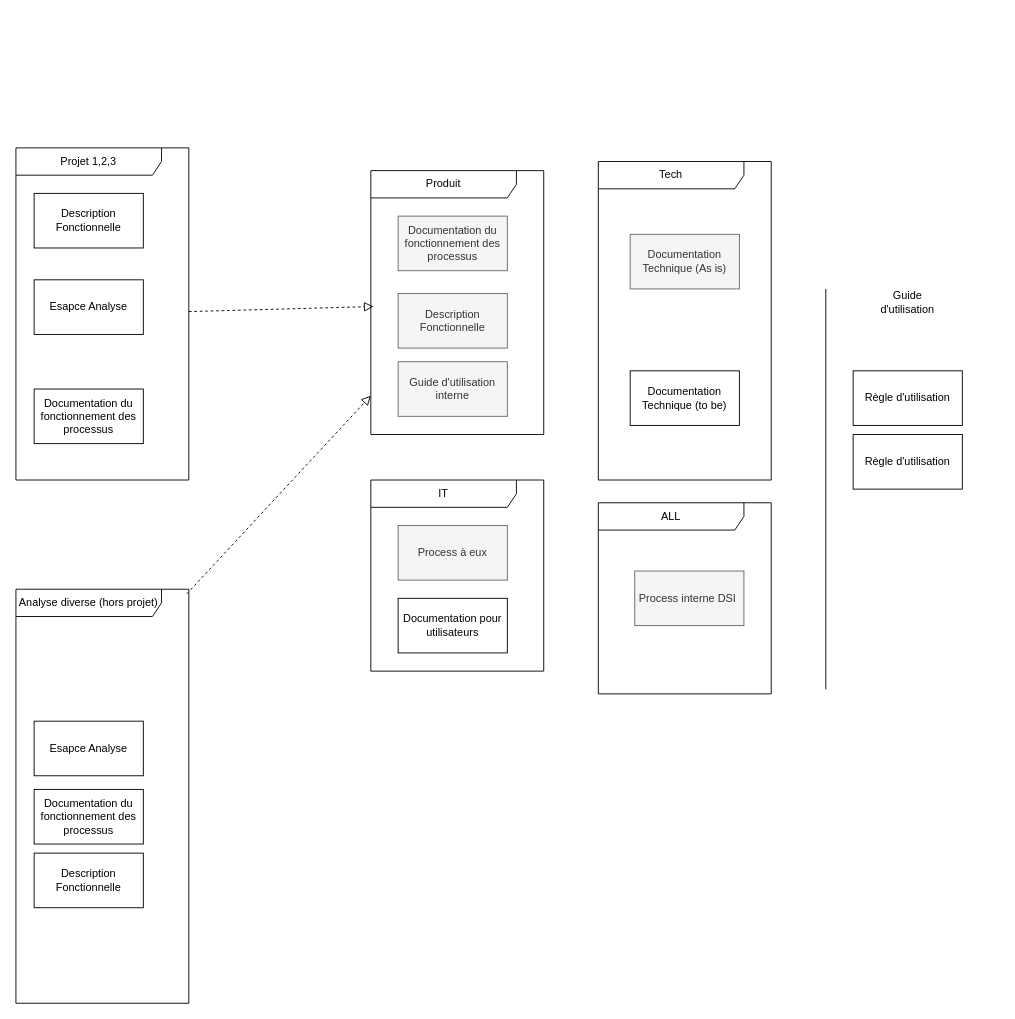
The draw.io diagram Espace documentation.drawio in Idir-smart/SandBox, before the edit. Source tidied: cells renumbered, new cells numbered last; positions are measured from the earlier drawing's top-left corner, leaving out a move shared by most shapes. Both pictures are drawn from the tidied source at 91%, with x=0, y=0 at pixel (15, 147).
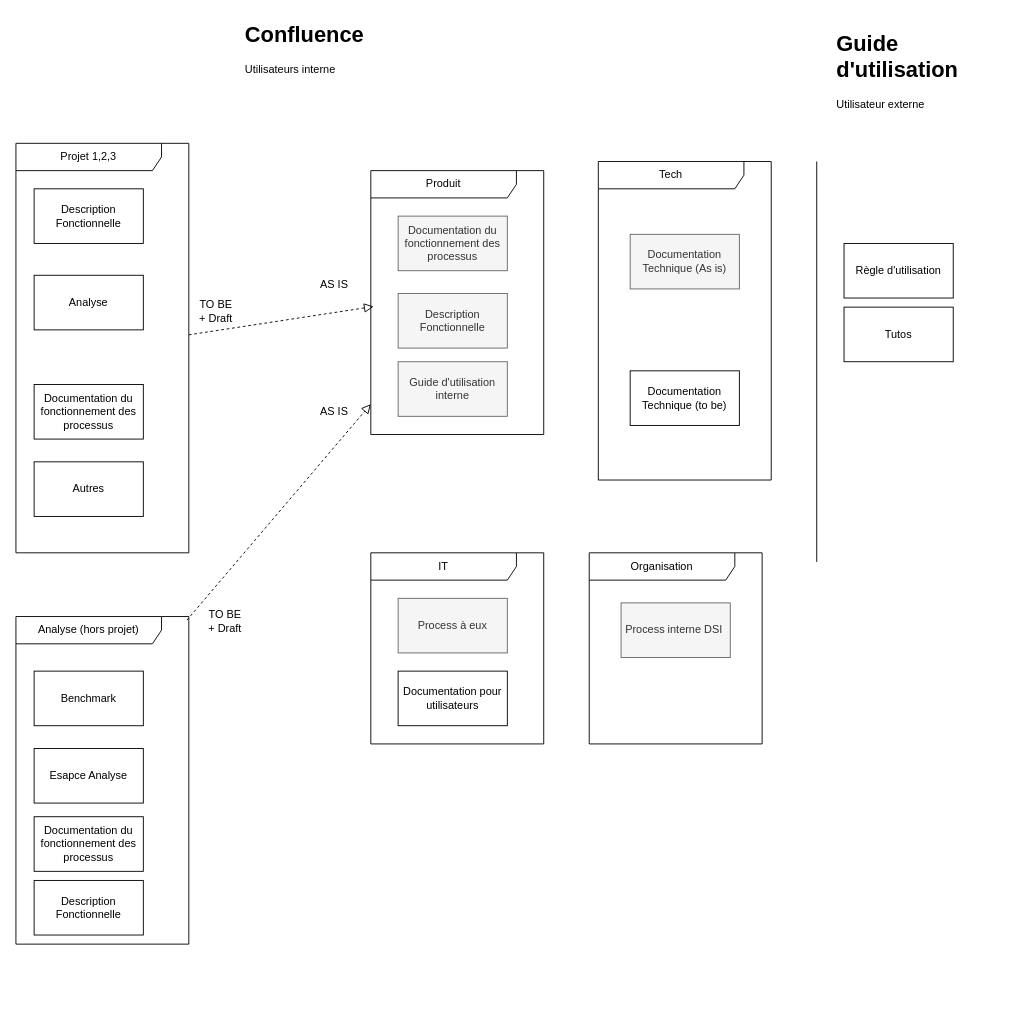
After the change.

Commit message:
Mettre à jour Espace documentation.drawio

What changed in the source:
```diff
@@
     <mxCell id="2" value="Règle d'utilisation " style="rounded=0;whiteSpace=wrap;html=1;" parent="1" vertex="1">
-      <mxGeometry x="920" y="245" width="120" height="60" as="geometry" />
+      <mxGeometry x="910" y="105" width="120" height="60" as="geometry" />
     </mxCell>
-    <mxCell id="3" value="Guide d'utilisation " style="text;html=1;align=center;verticalAlign=middle;whiteSpace=wrap;rounded=0;" parent="1" vertex="1">
-      <mxGeometry x="950" y="155" width="60" height="30" as="geometry" />
-    </mxCell>
     <mxCell id="4" style="endArrow=none;html=1;rounded=0;" parent="1" edge="1">
       <mxGeometry relative="1" as="geometry">
-        <mxPoint x="890" y="595" as="sourcePoint" />
-        <mxPoint x="890" y="155" as="targetPoint" />
+        <mxPoint x="880" y="455" as="sourcePoint" />
+        <mxPoint x="880" y="15" as="targetPoint" />
       </mxGeometry>
     </mxCell>
-    <mxCell id="5" value="Process interne DSI&amp;nbsp; " style="rounded=0;whiteSpace=wrap;html=1;fillColor=#f5f5f5;fontColor=#333333;strokeColor=#666666;" parent="1" vertex="1">
-      <mxGeometry x="680" y="465" width="120" height="60" as="geometry" />
-    </mxCell>
@@
-    <mxCell id="13" value="ALL" style="shape=umlFrame;whiteSpace=wrap;html=1;width=160;" parent="1" vertex="1">
-      <mxGeometry x="640" y="390" width="190" height="210" as="geometry" />
+    <mxCell id="13" value="Organisation" style="shape=umlFrame;whiteSpace=wrap;html=1;width=160;" parent="1" vertex="1">
+      <mxGeometry x="630" y="445" width="190" height="210" as="geometry" />
     </mxCell>
+    <mxCell id="5" value="Process interne DSI&amp;nbsp; " style="rounded=0;whiteSpace=wrap;html=1;fillColor=#f5f5f5;fontColor=#333333;strokeColor=#666666;" parent="13" vertex="1">
+      <mxGeometry x="35" y="55" width="120" height="60" as="geometry" />
+    </mxCell>
     <mxCell id="14" value="IT" style="shape=umlFrame;whiteSpace=wrap;html=1;width=160;" parent="1" vertex="1">
-      <mxGeometry x="390" y="365" width="190" height="210" as="geometry" />
+      <mxGeometry x="390" y="445" width="190" height="210" as="geometry" />
     </mxCell>
@@
     <mxCell id="17" value="Projet 1,2,3 " style="shape=umlFrame;whiteSpace=wrap;html=1;width=160;" parent="1" vertex="1">
-      <mxGeometry width="190" height="365" as="geometry" />
+      <mxGeometry y="-5" width="190" height="450" as="geometry" />
     </mxCell>
-    <mxCell id="18" value="Esapce Analyse" style="rounded=0;whiteSpace=wrap;html=1;" parent="17" vertex="1">
+    <mxCell id="18" value="Analyse" style="rounded=0;whiteSpace=wrap;html=1;" parent="17" vertex="1">
       <mxGeometry x="20" y="145" width="120" height="60" as="geometry" />
     </mxCell>
@@
+    <mxCell id="28" value="Autres " style="rounded=0;whiteSpace=wrap;html=1;" parent="17" vertex="1">
+      <mxGeometry x="20" y="350" width="120" height="60" as="geometry" />
+    </mxCell>
-    <mxCell id="21" value="Analyse diverse (hors projet)" style="shape=umlFrame;whiteSpace=wrap;html=1;width=160;" parent="1" vertex="1">
-      <mxGeometry y="485" width="190" height="455" as="geometry" />
+    <mxCell id="21" value="Analyse (hors projet)" style="shape=umlFrame;whiteSpace=wrap;html=1;width=160;" parent="1" vertex="1">
+      <mxGeometry y="515" width="190" height="360" as="geometry" />
     </mxCell>
@@
+    <mxCell id="29" value="Benchmark" style="rounded=0;whiteSpace=wrap;html=1;" parent="21" vertex="1">
+      <mxGeometry x="20" y="60" width="120" height="60" as="geometry" />
+    </mxCell>
@@
-    <mxCell id="27" value="Règle d'utilisation " style="rounded=0;whiteSpace=wrap;html=1;" parent="1" vertex="1">
-      <mxGeometry x="920" y="315" width="120" height="60" as="geometry" />
+    <mxCell id="27" value="Tutos" style="rounded=0;whiteSpace=wrap;html=1;" parent="1" vertex="1">
+      <mxGeometry x="910" y="175" width="120" height="60" as="geometry" />
     </mxCell>
+    <mxCell id="30" value="&lt;h1 style=&quot;margin-top: 0px;&quot;&gt;Confluence&lt;/h1&gt;&lt;p&gt;Utilisateurs interne&lt;br&gt;&lt;/p&gt;" style="text;html=1;whiteSpace=wrap;overflow=hidden;rounded=0;" parent="1" vertex="1">
+      <mxGeometry x="250" y="-145" width="180" height="120" as="geometry" />
+    </mxCell>
+    <mxCell id="31" value="&lt;h1 style=&quot;margin-top: 0px;&quot;&gt;Guide d'utilisation&lt;br&gt;&lt;/h1&gt;&lt;p&gt;Utilisateur externe &lt;br&gt;&lt;/p&gt;" style="text;html=1;whiteSpace=wrap;overflow=hidden;rounded=0;" parent="1" vertex="1">
+      <mxGeometry x="900" y="-135" width="180" height="120" as="geometry" />
+    </mxCell>
+    <mxCell id="32" value="&lt;div&gt;TO BE&lt;/div&gt;&lt;div&gt;+ Draft&lt;br&gt;&lt;/div&gt;" style="text;html=1;align=center;verticalAlign=middle;whiteSpace=wrap;rounded=0;" parent="1" vertex="1">
+      <mxGeometry x="190" y="165" width="60" height="30" as="geometry" />
+    </mxCell>
+    <mxCell id="33" value="AS IS" style="text;html=1;align=center;verticalAlign=middle;whiteSpace=wrap;rounded=0;" parent="1" vertex="1">
+      <mxGeometry x="320" y="135" width="60" height="30" as="geometry" />
+    </mxCell>
+    <mxCell id="34" value="AS IS" style="text;html=1;align=center;verticalAlign=middle;whiteSpace=wrap;rounded=0;" parent="1" vertex="1">
+      <mxGeometry x="320" y="275" width="60" height="30" as="geometry" />
+    </mxCell>
+    <mxCell id="35" value="&lt;div&gt;TO BE&lt;/div&gt;&lt;div&gt;+ Draft&lt;br&gt;&lt;/div&gt;" style="text;html=1;align=center;verticalAlign=middle;whiteSpace=wrap;rounded=0;" parent="1" vertex="1">
+      <mxGeometry x="200" y="505" width="60" height="30" as="geometry" />
+    </mxCell>
```
